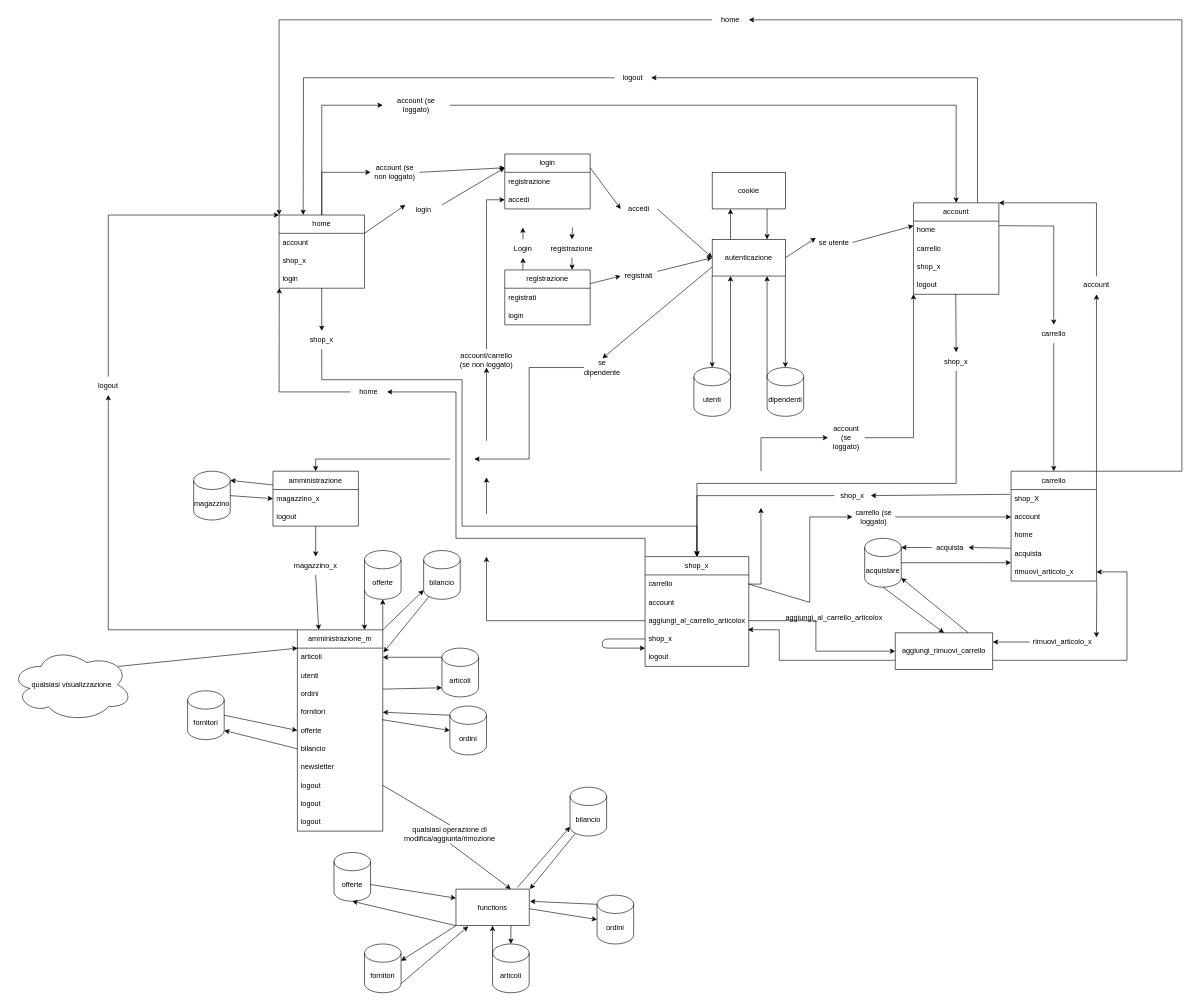
Before: Documenti/progettazione_sito.drawio in Bugigio/Negozi-Sportivi, a draw.io diagram. Source tidied: cells renumbered, new cells numbered last; positions are measured from the earlier drawing's top-left corner, leaving out a move shared by most shapes. Both pictures are drawn from the tidied source at 61%, with x=0, y=0 at pixel (10, 10).
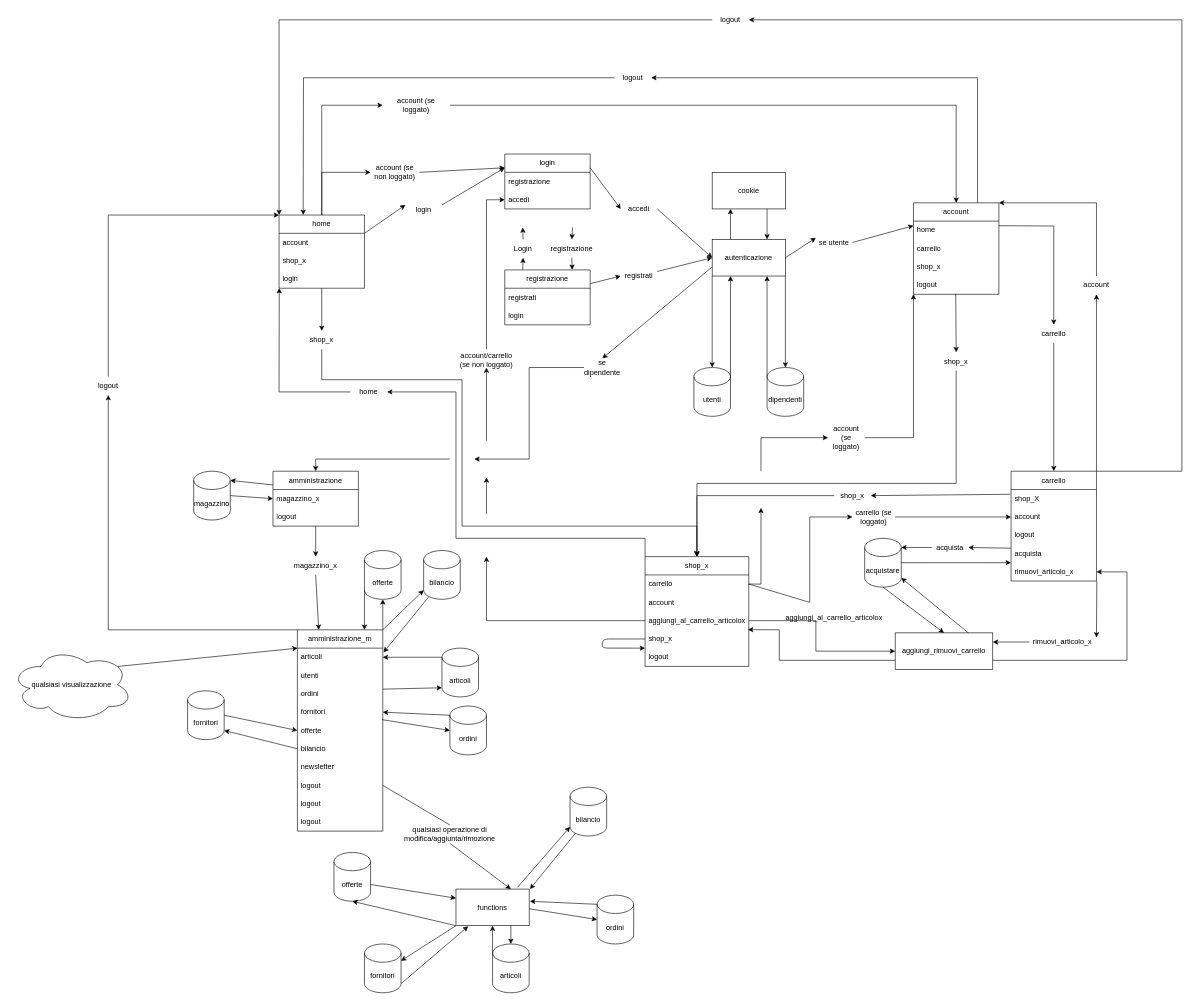
Above is the later version.

The change refers to these unchanged cells:
```xml
<mxCell id="21" value="carrello" style="swimlane;fontStyle=0;horizontal=1;startSize=30;whiteSpace=wrap;html=1;" parent="1" vertex="1">
  <mxGeometry x="1640" y="755" width="140" height="180" as="geometry" />
</mxCell>
```

What changed in the source:
```diff
@@
-    <mxCell id="24" value="home" style="text;strokeColor=none;fillColor=none;align=left;verticalAlign=middle;spacingLeft=4;spacingRight=4;overflow=hidden;whiteSpace=wrap;html=1;" parent="21" vertex="1">
+    <mxCell id="24" value="logout" style="text;strokeColor=none;fillColor=none;align=left;verticalAlign=middle;spacingLeft=4;spacingRight=4;overflow=hidden;whiteSpace=wrap;html=1;" parent="21" vertex="1">
       <mxGeometry y="90" width="140" height="30" as="geometry" />
     </mxCell>
@@
-    <mxCell id="104" value="home" style="text;html=1;strokeColor=none;fillColor=none;align=center;verticalAlign=middle;whiteSpace=wrap;rounded=0;" parent="1" vertex="1">
+    <mxCell id="104" value="logout" style="text;html=1;strokeColor=none;fillColor=none;align=center;verticalAlign=middle;whiteSpace=wrap;rounded=0;" parent="1" vertex="1">
       <mxGeometry x="1150" width="60" height="30" as="geometry" />
     </mxCell>
```
